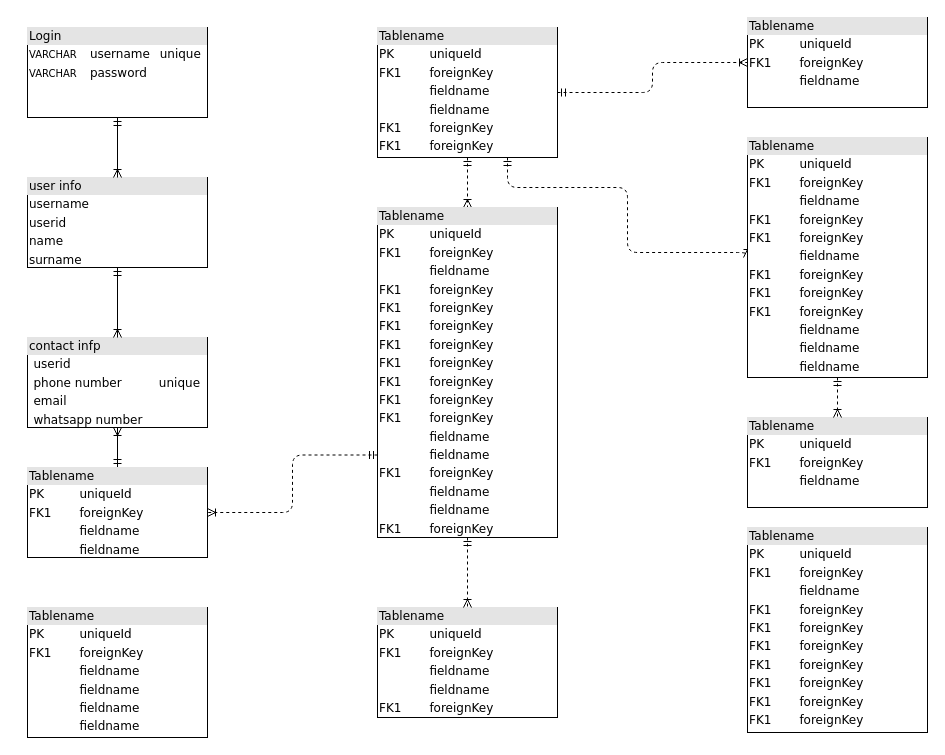
Above: Untitled Diagram.drawio in mtaelp/lawyers (draw.io), before the change. Source tidied: cells renumbered, new cells numbered last; positions are measured from the earlier drawing's top-left corner, leaving out a move shared by most shapes. Both pictures are drawn from the tidied source at 100%, with x=0, y=0 at pixel (27, 17).
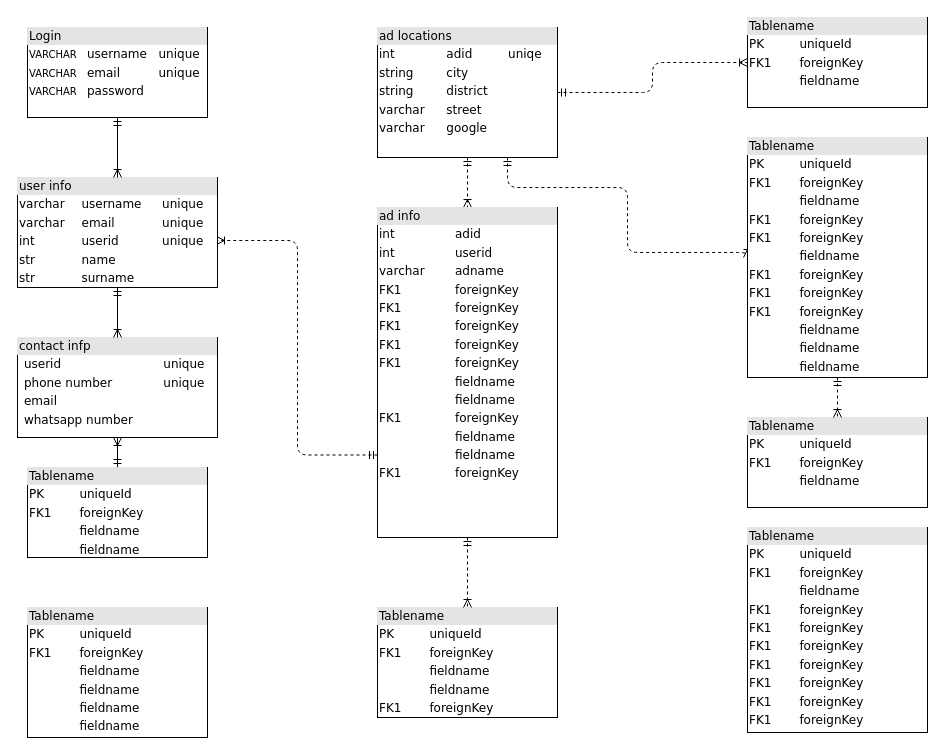
Above is the later version.

Unchanged cells that the change refers to:
```xml
<mxCell id="9" value="&lt;div style=&quot;box-sizing: border-box ; width: 100% ; background: #e4e4e4 ; padding: 2px&quot;&gt;Tablename&lt;/div&gt;&lt;table style=&quot;width: 100% ; font-size: 1em&quot; cellpadding=&quot;2&quot; cellspacing=&quot;0&quot;&gt;&lt;tbody&gt;&lt;tr&gt;&lt;td&gt;PK&lt;/td&gt;&lt;td&gt;uniqueId&lt;/td&gt;&lt;/tr&gt;&lt;tr&gt;&lt;td&gt;FK1&lt;/td&gt;&lt;td&gt;foreignKey&lt;/td&gt;&lt;/tr&gt;&lt;tr&gt;&lt;td&gt;&lt;/td&gt;&lt;td&gt;fieldname&lt;/td&gt;&lt;/tr&gt;&lt;tr&gt;&lt;td&gt;&lt;br&gt;&lt;/td&gt;&lt;td&gt;fieldname&lt;br&gt;&lt;/td&gt;&lt;/tr&gt;&lt;/tbody&gt;&lt;/table&gt;" style="verticalAlign=top;align=left;overflow=fill;html=1;rounded=0;shadow=0;comic=0;labelBackgroundColor=none;strokeWidth=1;fontFamily=Verdana;fontSize=12;" parent="1" vertex="1">
  <mxGeometry y="450" width="180" height="90" as="geometry" />
</mxCell>
```

The edit, as a diff of the source:
```diff
@@
-    <mxCell id="2" value="&lt;div style=&quot;box-sizing:border-box;width:100%;background:#e4e4e4;padding:2px;&quot;&gt;Login&lt;/div&gt;&lt;table style=&quot;width:100%;font-size:1em;&quot; cellpadding=&quot;2&quot; cellspacing=&quot;0&quot;&gt;&lt;tbody&gt;&lt;tr&gt;&lt;td&gt;&lt;span style=&quot;font-family: Verdana, sans-serif; background-color: rgb(255, 255, 255);&quot;&gt;&lt;font style=&quot;font-size: 10px;&quot;&gt;VARCHAR&lt;/font&gt;&lt;/span&gt;&lt;br&gt;&lt;/td&gt;&lt;td&gt;&lt;br&gt;&lt;/td&gt;&lt;td&gt;username&lt;/td&gt;&lt;td&gt;unique&lt;br&gt;&lt;/td&gt;&lt;/tr&gt;&lt;tr&gt;&lt;td&gt;&lt;span style=&quot;font-family: Verdana, sans-serif; font-size: 10px; background-color: rgb(255, 255, 255);&quot;&gt;VARCHAR&lt;/span&gt;&lt;br&gt;&lt;/td&gt;&lt;td&gt;&lt;br&gt;&lt;/td&gt;&lt;td&gt;password&lt;/td&gt;&lt;td&gt;&lt;br&gt;&lt;/td&gt;&lt;/tr&gt;&lt;tr&gt;&lt;td&gt;&lt;/td&gt;&lt;td&gt;&lt;br&gt;&lt;/td&gt;&lt;td&gt;&lt;br&gt;&lt;/td&gt;&lt;td&gt;&lt;br&gt;&lt;/td&gt;&lt;/tr&gt;&lt;/tbody&gt;&lt;/table&gt;" style="verticalAlign=top;align=left;overflow=fill;html=1;rounded=0;shadow=0;comic=0;labelBackgroundColor=none;strokeWidth=1;fontFamily=Verdana;fontSize=12;" parent="1" vertex="1">
+    <mxCell id="2" value="&lt;div style=&quot;box-sizing:border-box;width:100%;background:#e4e4e4;padding:2px;&quot;&gt;Login&lt;/div&gt;&lt;table style=&quot;width:100%;font-size:1em;&quot; cellpadding=&quot;2&quot; cellspacing=&quot;0&quot;&gt;&lt;tbody&gt;&lt;tr&gt;&lt;td&gt;&lt;span style=&quot;font-family: Verdana, sans-serif; background-color: rgb(255, 255, 255);&quot;&gt;&lt;font style=&quot;font-size: 10px;&quot;&gt;VARCHAR&lt;/font&gt;&lt;/span&gt;&lt;br&gt;&lt;/td&gt;&lt;td&gt;username&lt;/td&gt;&lt;td&gt;unique&lt;br&gt;&lt;/td&gt;&lt;/tr&gt;&lt;tr&gt;&lt;td&gt;&lt;span style=&quot;font-family: Verdana, sans-serif; font-size: 10px; background-color: rgb(255, 255, 255);&quot;&gt;VARCHAR&lt;/span&gt;&lt;br&gt;&lt;/td&gt;&lt;td&gt;email&lt;/td&gt;&lt;td&gt;unique&lt;/td&gt;&lt;/tr&gt;&lt;tr&gt;&lt;td&gt;&lt;span style=&quot;font-family: Verdana, sans-serif; font-size: 10px; background-color: rgb(255, 255, 255);&quot;&gt;VARCHAR&lt;/span&gt;&lt;br&gt;&lt;/td&gt;&lt;td&gt;password&lt;/td&gt;&lt;td&gt;&lt;br&gt;&lt;/td&gt;&lt;/tr&gt;&lt;tr&gt;&lt;td&gt;&lt;/td&gt;&lt;td&gt;&lt;br&gt;&lt;/td&gt;&lt;td&gt;&lt;br&gt;&lt;/td&gt;&lt;/tr&gt;&lt;/tbody&gt;&lt;/table&gt;" style="verticalAlign=top;align=left;overflow=fill;html=1;rounded=0;shadow=0;comic=0;labelBackgroundColor=none;strokeWidth=1;fontFamily=Verdana;fontSize=12;" parent="1" vertex="1">
       <mxGeometry y="10" width="180" height="90" as="geometry" />
     </mxCell>
@@
-    <mxCell id="6" value="&lt;div style=&quot;box-sizing: border-box ; width: 100% ; background: #e4e4e4 ; padding: 2px&quot;&gt;Tablename&lt;/div&gt;&lt;table style=&quot;width: 100% ; font-size: 1em&quot; cellpadding=&quot;2&quot; cellspacing=&quot;0&quot;&gt;&lt;tbody&gt;&lt;tr&gt;&lt;td&gt;PK&lt;/td&gt;&lt;td&gt;uniqueId&lt;/td&gt;&lt;/tr&gt;&lt;tr&gt;&lt;td&gt;FK1&lt;/td&gt;&lt;td&gt;foreignKey&lt;/td&gt;&lt;/tr&gt;&lt;tr&gt;&lt;td&gt;&lt;/td&gt;&lt;td&gt;fieldname&lt;/td&gt;&lt;/tr&gt;&lt;tr&gt;&lt;td&gt;&lt;br&gt;&lt;/td&gt;&lt;td&gt;fieldname&lt;br&gt;&lt;/td&gt;&lt;/tr&gt;&lt;tr&gt;&lt;td&gt;FK1&lt;br&gt;&lt;/td&gt;&lt;td&gt;foreignKey&lt;br&gt;&lt;/td&gt;&lt;/tr&gt;&lt;tr&gt;&lt;td&gt;FK1&lt;br&gt;&lt;/td&gt;&lt;td&gt;foreignKey&lt;br&gt;&lt;/td&gt;&lt;/tr&gt;&lt;/tbody&gt;&lt;/table&gt;" style="verticalAlign=top;align=left;overflow=fill;html=1;rounded=0;shadow=0;comic=0;labelBackgroundColor=none;strokeWidth=1;fontFamily=Verdana;fontSize=12;" parent="1" vertex="1">
+    <mxCell id="6" value="&lt;div style=&quot;box-sizing: border-box ; width: 100% ; background: #e4e4e4 ; padding: 2px&quot;&gt;ad locations&lt;/div&gt;&lt;table style=&quot;width: 100%; font-size: 1em;&quot; cellpadding=&quot;2&quot; cellspacing=&quot;0&quot;&gt;&lt;tbody&gt;&lt;/tbody&gt;&lt;/table&gt;&lt;table style=&quot;font-size: 1em; width: 180px;&quot; cellpadding=&quot;2&quot; cellspacing=&quot;0&quot;&gt;&lt;tbody&gt;&lt;tr&gt;&lt;td&gt;int&lt;/td&gt;&lt;td&gt;adid&lt;/td&gt;&lt;td&gt;uniqe&lt;/td&gt;&lt;/tr&gt;&lt;tr&gt;&lt;td&gt;string&lt;br&gt;&lt;/td&gt;&lt;td&gt;city&lt;br&gt;&lt;/td&gt;&lt;td&gt;&lt;br&gt;&lt;/td&gt;&lt;/tr&gt;&lt;tr&gt;&lt;td&gt;string&lt;/td&gt;&lt;td&gt;district&lt;br&gt;&lt;/td&gt;&lt;td&gt;&lt;br&gt;&lt;/td&gt;&lt;/tr&gt;&lt;tr&gt;&lt;td&gt;varchar&lt;br&gt;&lt;/td&gt;&lt;td&gt;street&lt;/td&gt;&lt;td&gt;&lt;br&gt;&lt;/td&gt;&lt;/tr&gt;&lt;tr&gt;&lt;td&gt;varchar&lt;/td&gt;&lt;td&gt;google&lt;/td&gt;&lt;td&gt;&lt;br&gt;&lt;/td&gt;&lt;/tr&gt;&lt;/tbody&gt;&lt;/table&gt;" style="verticalAlign=top;align=left;overflow=fill;html=1;rounded=0;shadow=0;comic=0;labelBackgroundColor=none;strokeWidth=1;fontFamily=Verdana;fontSize=12;" parent="1" vertex="1">
       <mxGeometry x="350" y="10" width="180" height="130" as="geometry" />
     </mxCell>
@@
-    <mxCell id="8" style="edgeStyle=orthogonalEdgeStyle;html=1;exitX=0;exitY=0.75;entryX=1;entryY=0.5;dashed=1;labelBackgroundColor=none;startArrow=ERmandOne;endArrow=ERoneToMany;fontFamily=Verdana;fontSize=12;align=left;" parent="1" edge="1" source="16" target="9">
+    <mxCell id="8" style="edgeStyle=orthogonalEdgeStyle;html=1;exitX=0;exitY=0.75;entryX=0.995;entryY=0.573;dashed=1;labelBackgroundColor=none;startArrow=ERmandOne;endArrow=ERoneToMany;fontFamily=Verdana;fontSize=12;align=left;entryDx=0;entryDy=0;entryPerimeter=0;" parent="1" edge="1" source="16" target="12">
       <mxGeometry relative="1" as="geometry" />
     </mxCell>
@@
-    <mxCell id="10" value="&lt;div style=&quot;box-sizing: border-box ; width: 100% ; background: #e4e4e4 ; padding: 2px&quot;&gt;contact infp&lt;/div&gt;&lt;table style=&quot;width: 100% ; font-size: 1em&quot; cellpadding=&quot;2&quot; cellspacing=&quot;0&quot;&gt;&lt;tbody&gt;&lt;tr&gt;&lt;td&gt;&lt;br&gt;&lt;/td&gt;&lt;td&gt;userid&lt;/td&gt;&lt;td&gt;&lt;br&gt;&lt;/td&gt;&lt;/tr&gt;&lt;tr&gt;&lt;td&gt;&lt;br&gt;&lt;/td&gt;&lt;td&gt;phone number&lt;/td&gt;&lt;td&gt;unique&lt;/td&gt;&lt;/tr&gt;&lt;tr&gt;&lt;td&gt;&lt;br&gt;&lt;/td&gt;&lt;td&gt;email&lt;/td&gt;&lt;td&gt;&lt;br&gt;&lt;/td&gt;&lt;/tr&gt;&lt;tr&gt;&lt;td&gt;&lt;/td&gt;&lt;td&gt;whatsapp number&lt;/td&gt;&lt;td&gt;&lt;br&gt;&lt;/td&gt;&lt;/tr&gt;&lt;tr&gt;&lt;td&gt;&lt;br&gt;&lt;/td&gt;&lt;td&gt;&lt;br&gt;&lt;/td&gt;&lt;td&gt;&lt;br&gt;&lt;/td&gt;&lt;/tr&gt;&lt;/tbody&gt;&lt;/table&gt;" style="verticalAlign=top;align=left;overflow=fill;html=1;rounded=0;shadow=0;comic=0;labelBackgroundColor=none;strokeWidth=1;fontFamily=Verdana;fontSize=12;" parent="1" vertex="1">
-      <mxGeometry y="320" width="180" height="90" as="geometry" />
+    <mxCell id="10" value="&lt;div style=&quot;box-sizing: border-box ; width: 100% ; background: #e4e4e4 ; padding: 2px&quot;&gt;contact infp&lt;/div&gt;&lt;table style=&quot;width: 100% ; font-size: 1em&quot; cellpadding=&quot;2&quot; cellspacing=&quot;0&quot;&gt;&lt;tbody&gt;&lt;tr&gt;&lt;td&gt;&lt;br&gt;&lt;/td&gt;&lt;td&gt;userid&lt;/td&gt;&lt;td&gt;unique&lt;/td&gt;&lt;/tr&gt;&lt;tr&gt;&lt;td&gt;&lt;br&gt;&lt;/td&gt;&lt;td&gt;phone number&lt;/td&gt;&lt;td&gt;unique&lt;/td&gt;&lt;/tr&gt;&lt;tr&gt;&lt;td&gt;&lt;br&gt;&lt;/td&gt;&lt;td&gt;email&lt;/td&gt;&lt;td&gt;&lt;br&gt;&lt;/td&gt;&lt;/tr&gt;&lt;tr&gt;&lt;td&gt;&lt;/td&gt;&lt;td&gt;whatsapp number&lt;/td&gt;&lt;td&gt;&lt;br&gt;&lt;/td&gt;&lt;/tr&gt;&lt;tr&gt;&lt;td&gt;&lt;br&gt;&lt;/td&gt;&lt;td&gt;&lt;br&gt;&lt;/td&gt;&lt;td&gt;&lt;br&gt;&lt;/td&gt;&lt;/tr&gt;&lt;/tbody&gt;&lt;/table&gt;" style="verticalAlign=top;align=left;overflow=fill;html=1;rounded=0;shadow=0;comic=0;labelBackgroundColor=none;strokeWidth=1;fontFamily=Verdana;fontSize=12;" parent="1" vertex="1">
+      <mxGeometry x="-10" y="320" width="200" height="100" as="geometry" />
     </mxCell>
@@
-    <mxCell id="12" value="&lt;div style=&quot;box-sizing:border-box;width:100%;background:#e4e4e4;padding:2px;&quot;&gt;user info&lt;/div&gt;&lt;table style=&quot;width:100%;font-size:1em;&quot; cellpadding=&quot;2&quot; cellspacing=&quot;0&quot;&gt;&lt;tbody&gt;&lt;tr&gt;&lt;td&gt;username&lt;br&gt;&lt;/td&gt;&lt;/tr&gt;&lt;tr&gt;&lt;td&gt;userid&lt;/td&gt;&lt;/tr&gt;&lt;tr&gt;&lt;td&gt;name&lt;/td&gt;&lt;/tr&gt;&lt;tr&gt;&lt;td&gt;surname&lt;/td&gt;&lt;/tr&gt;&lt;/tbody&gt;&lt;/table&gt;" style="verticalAlign=top;align=left;overflow=fill;html=1;rounded=0;shadow=0;comic=0;labelBackgroundColor=none;strokeWidth=1;fontFamily=Verdana;fontSize=12;" parent="1" vertex="1">
-      <mxGeometry y="160" width="180" height="90" as="geometry" />
+    <mxCell id="12" value="&lt;div style=&quot;box-sizing:border-box;width:100%;background:#e4e4e4;padding:2px;&quot;&gt;user info&lt;/div&gt;&lt;table style=&quot;width:100%;font-size:1em;&quot; cellpadding=&quot;2&quot; cellspacing=&quot;0&quot;&gt;&lt;tbody&gt;&lt;tr&gt;&lt;td&gt;varchar&lt;/td&gt;&lt;td&gt;username&lt;br&gt;&lt;/td&gt;&lt;td&gt;unique&lt;/td&gt;&lt;/tr&gt;&lt;tr&gt;&lt;td&gt;varchar&lt;/td&gt;&lt;td&gt;email&lt;/td&gt;&lt;td&gt;unique&lt;/td&gt;&lt;/tr&gt;&lt;tr&gt;&lt;td&gt;int&lt;/td&gt;&lt;td&gt;userid&lt;/td&gt;&lt;td&gt;unique&lt;/td&gt;&lt;/tr&gt;&lt;tr&gt;&lt;td&gt;str&lt;/td&gt;&lt;td&gt;name&lt;/td&gt;&lt;td&gt;&lt;br&gt;&lt;/td&gt;&lt;/tr&gt;&lt;tr&gt;&lt;td&gt;str&lt;/td&gt;&lt;td&gt;surname&lt;/td&gt;&lt;td&gt;&lt;br&gt;&lt;/td&gt;&lt;/tr&gt;&lt;/tbody&gt;&lt;/table&gt;" style="verticalAlign=top;align=left;overflow=fill;html=1;rounded=0;shadow=0;comic=0;labelBackgroundColor=none;strokeWidth=1;fontFamily=Verdana;fontSize=12;" parent="1" vertex="1">
+      <mxGeometry x="-10" y="160" width="200" height="110" as="geometry" />
     </mxCell>
@@
-    <mxCell id="16" value="&lt;div style=&quot;box-sizing: border-box ; width: 100% ; background: #e4e4e4 ; padding: 2px&quot;&gt;Tablename&lt;/div&gt;&lt;table style=&quot;width: 100% ; font-size: 1em&quot; cellpadding=&quot;2&quot; cellspacing=&quot;0&quot;&gt;&lt;tbody&gt;&lt;tr&gt;&lt;td&gt;PK&lt;/td&gt;&lt;td&gt;uniqueId&lt;/td&gt;&lt;/tr&gt;&lt;tr&gt;&lt;td&gt;FK1&lt;/td&gt;&lt;td&gt;foreignKey&lt;/td&gt;&lt;/tr&gt;&lt;tr&gt;&lt;td&gt;&lt;/td&gt;&lt;td&gt;fieldname&lt;/td&gt;&lt;/tr&gt;&lt;tr&gt;&lt;td&gt;FK1&lt;br&gt;&lt;/td&gt;&lt;td&gt;foreignKey&lt;br&gt;&lt;/td&gt;&lt;/tr&gt;&lt;tr&gt;&lt;td&gt;FK1&lt;br&gt;&lt;/td&gt;&lt;td&gt;foreignKey&lt;br&gt;&lt;/td&gt;&lt;/tr&gt;&lt;tr&gt;&lt;td&gt;FK1&lt;br&gt;&lt;/td&gt;&lt;td&gt;foreignKey&lt;br&gt;&lt;/td&gt;&lt;/tr&gt;&lt;tr&gt;&lt;td&gt;FK1&lt;br&gt;&lt;/td&gt;&lt;td&gt;foreignKey&lt;br&gt;&lt;/td&gt;&lt;/tr&gt;&lt;tr&gt;&lt;td&gt;FK1&lt;br&gt;&lt;/td&gt;&lt;td&gt;foreignKey&lt;br&gt;&lt;/td&gt;&lt;/tr&gt;&lt;tr&gt;&lt;td&gt;FK1&lt;br&gt;&lt;/td&gt;&lt;td&gt;foreignKey&lt;br&gt;&lt;/td&gt;&lt;/tr&gt;&lt;tr&gt;&lt;td&gt;FK1&lt;br&gt;&lt;/td&gt;&lt;td&gt;foreignKey&lt;br&gt;&lt;/td&gt;&lt;/tr&gt;&lt;tr&gt;&lt;td&gt;FK1&lt;br&gt;&lt;/td&gt;&lt;td&gt;foreignKey&lt;br&gt;&lt;/td&gt;&lt;/tr&gt;&lt;tr&gt;&lt;td&gt;&lt;br&gt;&lt;/td&gt;&lt;td&gt;fieldname&lt;br&gt;&lt;/td&gt;&lt;/tr&gt;&lt;tr&gt;&lt;td&gt;&lt;br&gt;&lt;/td&gt;&lt;td&gt;fieldname&lt;br&gt;&lt;/td&gt;&lt;/tr&gt;&lt;tr&gt;&lt;td&gt;FK1&lt;br&gt;&lt;/td&gt;&lt;td&gt;foreignKey&lt;br&gt;&lt;/td&gt;&lt;/tr&gt;&lt;tr&gt;&lt;td&gt;&lt;br&gt;&lt;/td&gt;&lt;td&gt;fieldname&lt;br&gt;&lt;/td&gt;&lt;/tr&gt;&lt;tr&gt;&lt;td&gt;&lt;br&gt;&lt;/td&gt;&lt;td&gt;fieldname&lt;br&gt;&lt;/td&gt;&lt;/tr&gt;&lt;tr&gt;&lt;td&gt;FK1&lt;br&gt;&lt;/td&gt;&lt;td&gt;foreignKey&lt;br&gt;&lt;/td&gt;&lt;/tr&gt;&lt;/tbody&gt;&lt;/table&gt;" style="verticalAlign=top;align=left;overflow=fill;html=1;rounded=0;shadow=0;comic=0;labelBackgroundColor=none;strokeWidth=1;fontFamily=Verdana;fontSize=12;" parent="1" vertex="1">
+    <mxCell id="16" value="&lt;div style=&quot;box-sizing: border-box ; width: 100% ; background: #e4e4e4 ; padding: 2px&quot;&gt;ad info&lt;/div&gt;&lt;table style=&quot;width: 100% ; font-size: 1em&quot; cellpadding=&quot;2&quot; cellspacing=&quot;0&quot;&gt;&lt;tbody&gt;&lt;tr&gt;&lt;td&gt;int&lt;/td&gt;&lt;td&gt;adid&lt;/td&gt;&lt;/tr&gt;&lt;tr&gt;&lt;td&gt;int&lt;/td&gt;&lt;td&gt;userid&lt;/td&gt;&lt;/tr&gt;&lt;tr&gt;&lt;td&gt;varchar&lt;/td&gt;&lt;td&gt;adname&lt;/td&gt;&lt;/tr&gt;&lt;tr&gt;&lt;td&gt;FK1&lt;br&gt;&lt;/td&gt;&lt;td&gt;foreignKey&lt;br&gt;&lt;/td&gt;&lt;/tr&gt;&lt;tr&gt;&lt;td&gt;FK1&lt;br&gt;&lt;/td&gt;&lt;td&gt;foreignKey&lt;br&gt;&lt;/td&gt;&lt;/tr&gt;&lt;tr&gt;&lt;td&gt;FK1&lt;br&gt;&lt;/td&gt;&lt;td&gt;foreignKey&lt;br&gt;&lt;/td&gt;&lt;/tr&gt;&lt;tr&gt;&lt;td&gt;FK1&lt;br&gt;&lt;/td&gt;&lt;td&gt;foreignKey&lt;br&gt;&lt;/td&gt;&lt;/tr&gt;&lt;tr&gt;&lt;td&gt;FK1&lt;br&gt;&lt;/td&gt;&lt;td&gt;foreignKey&lt;br&gt;&lt;/td&gt;&lt;/tr&gt;&lt;tr&gt;&lt;td&gt;&lt;br&gt;&lt;/td&gt;&lt;td&gt;fieldname&lt;br&gt;&lt;/td&gt;&lt;/tr&gt;&lt;tr&gt;&lt;td&gt;&lt;br&gt;&lt;/td&gt;&lt;td&gt;fieldname&lt;br&gt;&lt;/td&gt;&lt;/tr&gt;&lt;tr&gt;&lt;td&gt;FK1&lt;br&gt;&lt;/td&gt;&lt;td&gt;foreignKey&lt;br&gt;&lt;/td&gt;&lt;/tr&gt;&lt;tr&gt;&lt;td&gt;&lt;br&gt;&lt;/td&gt;&lt;td&gt;fieldname&lt;br&gt;&lt;/td&gt;&lt;/tr&gt;&lt;tr&gt;&lt;td&gt;&lt;br&gt;&lt;/td&gt;&lt;td&gt;fieldname&lt;br&gt;&lt;/td&gt;&lt;/tr&gt;&lt;tr&gt;&lt;td&gt;FK1&lt;br&gt;&lt;/td&gt;&lt;td&gt;foreignKey&lt;br&gt;&lt;/td&gt;&lt;/tr&gt;&lt;/tbody&gt;&lt;/table&gt;" style="verticalAlign=top;align=left;overflow=fill;html=1;rounded=0;shadow=0;comic=0;labelBackgroundColor=none;strokeWidth=1;fontFamily=Verdana;fontSize=12;" parent="1" vertex="1">
       <mxGeometry x="350" y="190" width="180" height="330" as="geometry" />
     </mxCell>
```
